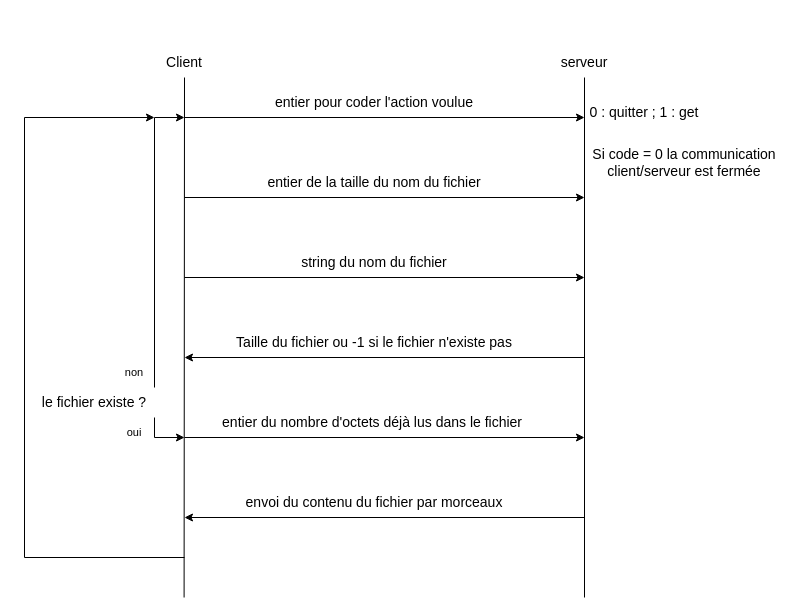
Yalkann/ProjetFTP keeps this draw.io diagram as protocolEtape2.drawio. Above is the earlier version. Source tidied: cells renumbered, new cells numbered last; positions are measured from the earlier drawing's top-left corner, leaving out a move shared by most shapes. Both pictures are drawn from the tidied source at 100%, with x=0, y=0 at pixel (24, 47).
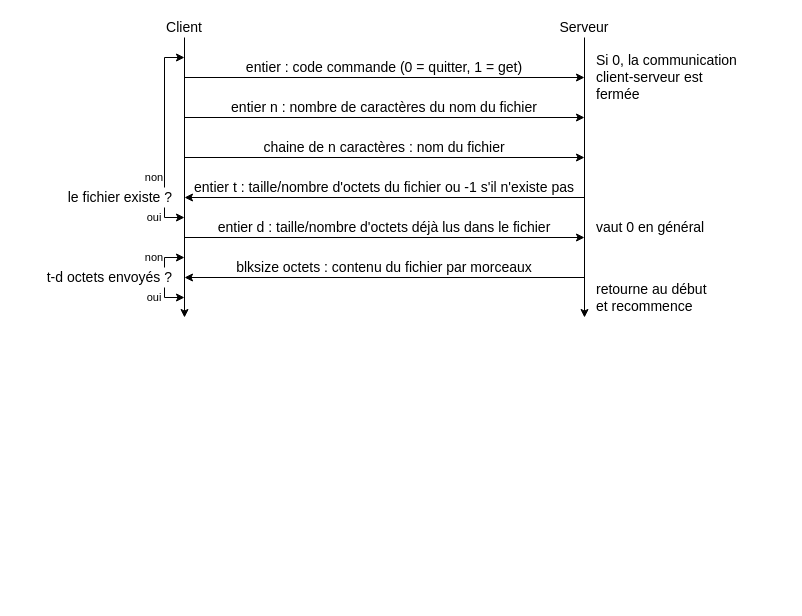
The same page after the edit.

What changed in the source:
```diff
@@
-    <mxCell id="2" style="endArrow=none;html=1;rounded=0;entryX=0.5;entryY=1;entryDx=0;entryDy=0;" parent="1" edge="1" target="4">
+    <mxCell id="2" style="endArrow=none;html=1;rounded=0;entryX=0.5;entryY=1;entryDx=0;entryDy=0;endFill=0;startArrow=classic;startFill=1;" parent="1" edge="1" target="4">
       <mxGeometry relative="1" as="geometry">
-        <mxPoint x="159.6" y="550" as="sourcePoint" />
+        <mxPoint x="160" y="270" as="sourcePoint" />
+        <Array as="points">
+          <mxPoint x="160" y="270" />
+        </Array>
       </mxGeometry>
     </mxCell>
-    <mxCell id="3" style="endArrow=none;html=1;rounded=0;" parent="1" edge="1">
+    <mxCell id="3" style="endArrow=none;html=1;rounded=0;startArrow=classic;startFill=1;" parent="1" edge="1">
       <mxGeometry relative="1" as="geometry">
-        <mxPoint x="560" y="550" as="sourcePoint" />
-        <mxPoint x="560" y="30" as="targetPoint" />
+        <mxPoint x="560" y="270" as="sourcePoint" />
+        <mxPoint x="560" y="-10" as="targetPoint" />
       </mxGeometry>
     </mxCell>
-    <mxCell id="4" value="&lt;font style=&quot;font-size: 14px&quot;&gt;Client&lt;/font&gt;" style="text;html=1;strokeColor=none;fillColor=none;align=center;verticalAlign=middle;whiteSpace=wrap;rounded=0;" parent="1" vertex="1">
-      <mxGeometry x="130" width="60" height="30" as="geometry" />
+    <mxCell id="4" value="&lt;font style=&quot;font-size: 14px;&quot;&gt;Client&lt;/font&gt;" style="text;html=1;strokeColor=none;fillColor=none;align=center;verticalAlign=middle;whiteSpace=wrap;rounded=0;fontSize=14;" parent="1" vertex="1">
+      <mxGeometry x="130" y="-30" width="60" height="20" as="geometry" />
     </mxCell>
-    <mxCell id="5" value="&lt;font style=&quot;font-size: 14px&quot;&gt;serveur&lt;br&gt;&lt;/font&gt;" style="text;html=1;strokeColor=none;fillColor=none;align=center;verticalAlign=middle;whiteSpace=wrap;rounded=0;" parent="1" vertex="1">
-      <mxGeometry x="530" width="60" height="30" as="geometry" />
+    <mxCell id="5" value="&lt;font style=&quot;font-size: 14px;&quot;&gt;Serveur&lt;br style=&quot;font-size: 14px;&quot;&gt;&lt;/font&gt;" style="text;html=1;strokeColor=none;fillColor=none;align=center;verticalAlign=middle;whiteSpace=wrap;rounded=0;fontSize=14;" parent="1" vertex="1">
+      <mxGeometry x="530" y="-30" width="60" height="20" as="geometry" />
     </mxCell>
     <mxCell id="6" style="endArrow=classic;html=1;rounded=0;fontSize=14;" parent="1" edge="1">
       <mxGeometry relative="1" as="geometry">
-        <mxPoint x="160" y="70" as="sourcePoint" />
-        <mxPoint x="560" y="70" as="targetPoint" />
+        <mxPoint x="160" y="30" as="sourcePoint" />
+        <mxPoint x="560" y="30" as="targetPoint" />
       </mxGeometry>
     </mxCell>
-    <mxCell id="7" value="entier pour coder l'action voulue" style="text;html=1;strokeColor=none;fillColor=none;align=center;verticalAlign=middle;whiteSpace=wrap;rounded=0;fontSize=14;" parent="1" vertex="1">
-      <mxGeometry x="200" y="40" width="300" height="30" as="geometry" />
+    <mxCell id="7" value="entier : code commande (0 = quitter, 1 = get)" style="text;html=1;strokeColor=none;fillColor=none;align=center;verticalAlign=middle;whiteSpace=wrap;rounded=0;fontSize=14;" parent="1" vertex="1">
+      <mxGeometry x="160" y="10" width="400" height="20" as="geometry" />
     </mxCell>
-    <mxCell id="8" value="0 : quitter ; 1 : get" style="text;html=1;strokeColor=none;fillColor=none;align=center;verticalAlign=middle;whiteSpace=wrap;rounded=0;fontSize=14;" parent="1" vertex="1">
-      <mxGeometry x="560" y="50" width="120" height="30" as="geometry" />
-    </mxCell>
     <mxCell id="9" style="endArrow=classic;html=1;rounded=0;fontSize=14;" parent="1" edge="1">
       <mxGeometry relative="1" as="geometry">
-        <mxPoint x="160" y="150" as="sourcePoint" />
-        <mxPoint x="560" y="150" as="targetPoint" />
+        <mxPoint x="160" y="70" as="sourcePoint" />
+        <mxPoint x="560" y="70" as="targetPoint" />
       </mxGeometry>
     </mxCell>
-    <mxCell id="10" value="entier de la taille du nom du fichier" style="text;html=1;strokeColor=none;fillColor=none;align=center;verticalAlign=middle;whiteSpace=wrap;rounded=0;fontSize=14;" parent="1" vertex="1">
-      <mxGeometry x="200" y="120" width="300" height="30" as="geometry" />
+    <mxCell id="10" value="entier n : nombre de caractères du nom du fichier" style="text;html=1;strokeColor=none;fillColor=none;align=center;verticalAlign=middle;whiteSpace=wrap;rounded=0;fontSize=14;" parent="1" vertex="1">
+      <mxGeometry x="160" y="50" width="400" height="20" as="geometry" />
     </mxCell>
     <mxCell id="11" style="endArrow=classic;html=1;rounded=0;fontSize=14;" parent="1" edge="1">
       <mxGeometry relative="1" as="geometry">
-        <mxPoint x="160" y="230" as="sourcePoint" />
-        <mxPoint x="560" y="230" as="targetPoint" />
+        <mxPoint x="160" y="110" as="sourcePoint" />
+        <mxPoint x="560" y="110" as="targetPoint" />
       </mxGeometry>
     </mxCell>
-    <mxCell id="12" value="string du nom du fichier" style="text;html=1;strokeColor=none;fillColor=none;align=center;verticalAlign=middle;whiteSpace=wrap;rounded=0;fontSize=14;" parent="1" vertex="1">
-      <mxGeometry x="200" y="200" width="300" height="30" as="geometry" />
+    <mxCell id="12" value="chaine de n caractères : nom du fichier" style="text;html=1;strokeColor=none;fillColor=none;align=center;verticalAlign=middle;whiteSpace=wrap;rounded=0;fontSize=14;" parent="1" vertex="1">
+      <mxGeometry x="160" y="90" width="400" height="20" as="geometry" />
     </mxCell>
     <mxCell id="13" style="endArrow=classic;html=1;rounded=0;fontSize=14;" parent="1" edge="1">
       <mxGeometry relative="1" as="geometry">
-        <mxPoint x="560" y="310" as="sourcePoint" />
-        <mxPoint x="160" y="310" as="targetPoint" />
+        <mxPoint x="560" y="150" as="sourcePoint" />
+        <mxPoint x="160" y="150" as="targetPoint" />
       </mxGeometry>
     </mxCell>
-    <mxCell id="14" value="Taille du fichier ou -1 si le fichier n'existe pas" style="text;html=1;strokeColor=none;fillColor=none;align=center;verticalAlign=middle;whiteSpace=wrap;rounded=0;fontSize=14;" parent="1" vertex="1">
-      <mxGeometry x="200" y="280" width="300" height="30" as="geometry" />
+    <mxCell id="14" value="entier t : taille/nombre d'octets du fichier ou -1 s'il n'existe pas" style="text;html=1;strokeColor=none;fillColor=none;align=center;verticalAlign=middle;whiteSpace=wrap;rounded=0;fontSize=14;" parent="1" vertex="1">
+      <mxGeometry x="160" y="130" width="400" height="20" as="geometry" />
     </mxCell>
     <mxCell id="15" style="endArrow=classic;html=1;rounded=0;fontSize=14;" parent="1" edge="1">
       <mxGeometry relative="1" as="geometry">
-        <mxPoint x="560" y="470" as="sourcePoint" />
-        <mxPoint x="160" y="470" as="targetPoint" />
+        <mxPoint x="560" y="230" as="sourcePoint" />
+        <mxPoint x="160" y="230" as="targetPoint" />
       </mxGeometry>
     </mxCell>
-    <mxCell id="16" value="le fichier existe ?" style="text;html=1;strokeColor=none;fillColor=none;align=center;verticalAlign=middle;whiteSpace=wrap;rounded=0;fontSize=14;" parent="1" vertex="1">
-      <mxGeometry x="10" y="340" width="120" height="30" as="geometry" />
+    <mxCell id="16" value="le fichier existe ?" style="text;html=1;strokeColor=none;fillColor=none;align=right;verticalAlign=middle;whiteSpace=wrap;rounded=0;fontSize=14;" parent="1" vertex="1">
+      <mxGeometry x="20" y="140" width="130" height="20" as="geometry" />
     </mxCell>
-    <mxCell id="17" value="envoi du contenu du fichier par morceaux" style="text;html=1;strokeColor=none;fillColor=none;align=center;verticalAlign=middle;whiteSpace=wrap;rounded=0;fontSize=14;" parent="1" vertex="1">
-      <mxGeometry x="205" y="440" width="290" height="30" as="geometry" />
+    <mxCell id="17" value="blksize octets : contenu du fichier par morceaux" style="text;html=1;strokeColor=none;fillColor=none;align=center;verticalAlign=middle;whiteSpace=wrap;rounded=0;fontSize=14;" parent="1" vertex="1">
+      <mxGeometry x="160" y="210" width="400" height="20" as="geometry" />
     </mxCell>
     <mxCell id="18" style="endArrow=classic;html=1;rounded=0;fontSize=11;" parent="1" edge="1">
       <mxGeometry relative="1" as="geometry">
-        <mxPoint x="160" y="390" as="sourcePoint" />
-        <mxPoint x="560" y="390" as="targetPoint" />
+        <mxPoint x="160" y="190" as="sourcePoint" />
+        <mxPoint x="560" y="190" as="targetPoint" />
       </mxGeometry>
     </mxCell>
-    <mxCell id="19" style="endArrow=classic;html=1;rounded=0;fontSize=11;exitX=1;exitY=0;exitDx=0;exitDy=0;" parent="1" edge="1" source="16">
+    <mxCell id="19" style="endArrow=classic;html=1;rounded=0;fontSize=11;entryX=0;entryY=0;entryDx=0;entryDy=0;exitX=0.75;exitY=1;exitDx=0;exitDy=0;" parent="1" edge="1" source="20" target="7">
       <mxGeometry relative="1" as="geometry">
-        <mxPoint x="160" y="70" as="targetPoint" />
         <Array as="points">
-          <mxPoint x="130" y="70" />
+          <mxPoint x="140" y="10" />
         </Array>
       </mxGeometry>
     </mxCell>
     <mxCell id="20" value="non" style="text;html=1;strokeColor=none;fillColor=none;align=center;verticalAlign=middle;whiteSpace=wrap;rounded=0;fontSize=11;" parent="1" vertex="1">
-      <mxGeometry x="80" y="310" width="60" height="30" as="geometry" />
+      <mxGeometry x="110" y="120" width="40" height="20" as="geometry" />
     </mxCell>
-    <mxCell id="21" style="endArrow=classic;html=1;rounded=0;fontSize=11;exitX=1;exitY=1;exitDx=0;exitDy=0;" parent="1" edge="1" source="16">
+    <mxCell id="21" style="endArrow=classic;html=1;rounded=0;fontSize=11;entryX=0;entryY=0;entryDx=0;entryDy=0;exitX=0.75;exitY=0;exitDx=0;exitDy=0;" parent="1" edge="1" source="22" target="23">
       <mxGeometry relative="1" as="geometry">
-        <mxPoint x="160" y="390" as="targetPoint" />
         <Array as="points">
-          <mxPoint x="130" y="390" />
+          <mxPoint x="140" y="170" />
         </Array>
       </mxGeometry>
     </mxCell>
     <mxCell id="22" value="oui" style="text;html=1;strokeColor=none;fillColor=none;align=center;verticalAlign=middle;whiteSpace=wrap;rounded=0;fontSize=11;" parent="1" vertex="1">
-      <mxGeometry x="80" y="370" width="60" height="30" as="geometry" />
+      <mxGeometry x="110" y="160" width="40" height="20" as="geometry" />
     </mxCell>
-    <mxCell id="23" value="entier du nombre d'octets déjà lus dans le fichier&amp;nbsp;" style="text;html=1;strokeColor=none;fillColor=none;align=center;verticalAlign=middle;whiteSpace=wrap;rounded=0;fontSize=14;" parent="1" vertex="1">
-      <mxGeometry x="190" y="360" width="320" height="30" as="geometry" />
+    <mxCell id="23" value="entier d : taille/nombre d'octets déjà lus dans le fichier" style="text;html=1;strokeColor=none;fillColor=none;align=center;verticalAlign=middle;whiteSpace=wrap;rounded=0;fontSize=14;" parent="1" vertex="1">
+      <mxGeometry x="160" y="170" width="400" height="20" as="geometry" />
     </mxCell>
-    <mxCell id="24" style="endArrow=classic;html=1;rounded=0;fontSize=11;" parent="1" edge="1">
+    <mxCell id="24" style="endArrow=classic;html=1;rounded=0;fontSize=11;exitX=0.75;exitY=0;exitDx=0;exitDy=0;" parent="1" edge="1" source="29">
       <mxGeometry relative="1" as="geometry">
-        <mxPoint x="160" y="510" as="sourcePoint" />
-        <mxPoint x="130" y="70" as="targetPoint" />
+        <mxPoint x="160" y="250" as="targetPoint" />
         <Array as="points">
-          <mxPoint y="510" />
-          <mxPoint y="70" />
+          <mxPoint x="140" y="250" />
         </Array>
       </mxGeometry>
     </mxCell>
-    <mxCell id="25" value="&lt;font style=&quot;font-size: 14px&quot;&gt;Si code = 0 la communication client/serveur est fermée&lt;/font&gt;" style="text;html=1;strokeColor=none;fillColor=none;align=center;verticalAlign=middle;whiteSpace=wrap;rounded=0;fontSize=11;" parent="1" vertex="1">
-      <mxGeometry x="560" y="100" width="200" height="30" as="geometry" />
+    <mxCell id="25" value="&lt;font style=&quot;font-size: 14px&quot;&gt;Si 0, la communication client-serveur est fermée&lt;/font&gt;" style="text;html=1;strokeColor=none;fillColor=none;align=left;verticalAlign=middle;whiteSpace=wrap;rounded=0;fontSize=14;" parent="1" vertex="1">
+      <mxGeometry x="570" width="150" height="60" as="geometry" />
     </mxCell>
+    <mxCell id="26" value="t-d octets envoyés ?" style="text;html=1;strokeColor=none;fillColor=none;align=right;verticalAlign=middle;whiteSpace=wrap;rounded=0;fontSize=14;" parent="1" vertex="1">
+      <mxGeometry x="20" y="220" width="130" height="20" as="geometry" />
+    </mxCell>
+    <mxCell id="27" value="non" style="text;html=1;strokeColor=none;fillColor=none;align=center;verticalAlign=middle;whiteSpace=wrap;rounded=0;fontSize=11;" parent="1" vertex="1">
+      <mxGeometry x="110" y="200" width="40" height="20" as="geometry" />
+    </mxCell>
+    <mxCell id="28" style="endArrow=classic;html=1;rounded=0;fontSize=11;entryX=0;entryY=0;entryDx=0;entryDy=0;" parent="1" edge="1" target="17">
+      <mxGeometry relative="1" as="geometry">
+        <mxPoint x="140" y="220" as="sourcePoint" />
+        <Array as="points">
+          <mxPoint x="140" y="210" />
+        </Array>
+      </mxGeometry>
+    </mxCell>
+    <mxCell id="29" value="oui" style="text;html=1;strokeColor=none;fillColor=none;align=center;verticalAlign=middle;whiteSpace=wrap;rounded=0;fontSize=11;" parent="1" vertex="1">
+      <mxGeometry x="110" y="240" width="40" height="20" as="geometry" />
+    </mxCell>
+    <mxCell id="30" value="&lt;font style=&quot;font-size: 14px&quot;&gt;retourne au début et recommence&lt;/font&gt;" style="text;html=1;strokeColor=none;fillColor=none;align=left;verticalAlign=middle;whiteSpace=wrap;rounded=0;fontSize=11;" parent="1" vertex="1">
+      <mxGeometry x="570" y="230" width="120" height="40" as="geometry" />
+    </mxCell>
+    <mxCell id="31" value="&lt;font style=&quot;font-size: 14px&quot;&gt;vaut 0 en général&lt;/font&gt;" style="text;html=1;strokeColor=none;fillColor=none;align=left;verticalAlign=middle;whiteSpace=wrap;rounded=0;fontSize=11;" parent="1" vertex="1">
+      <mxGeometry x="570" y="170" width="150" height="20" as="geometry" />
+    </mxCell>
```
